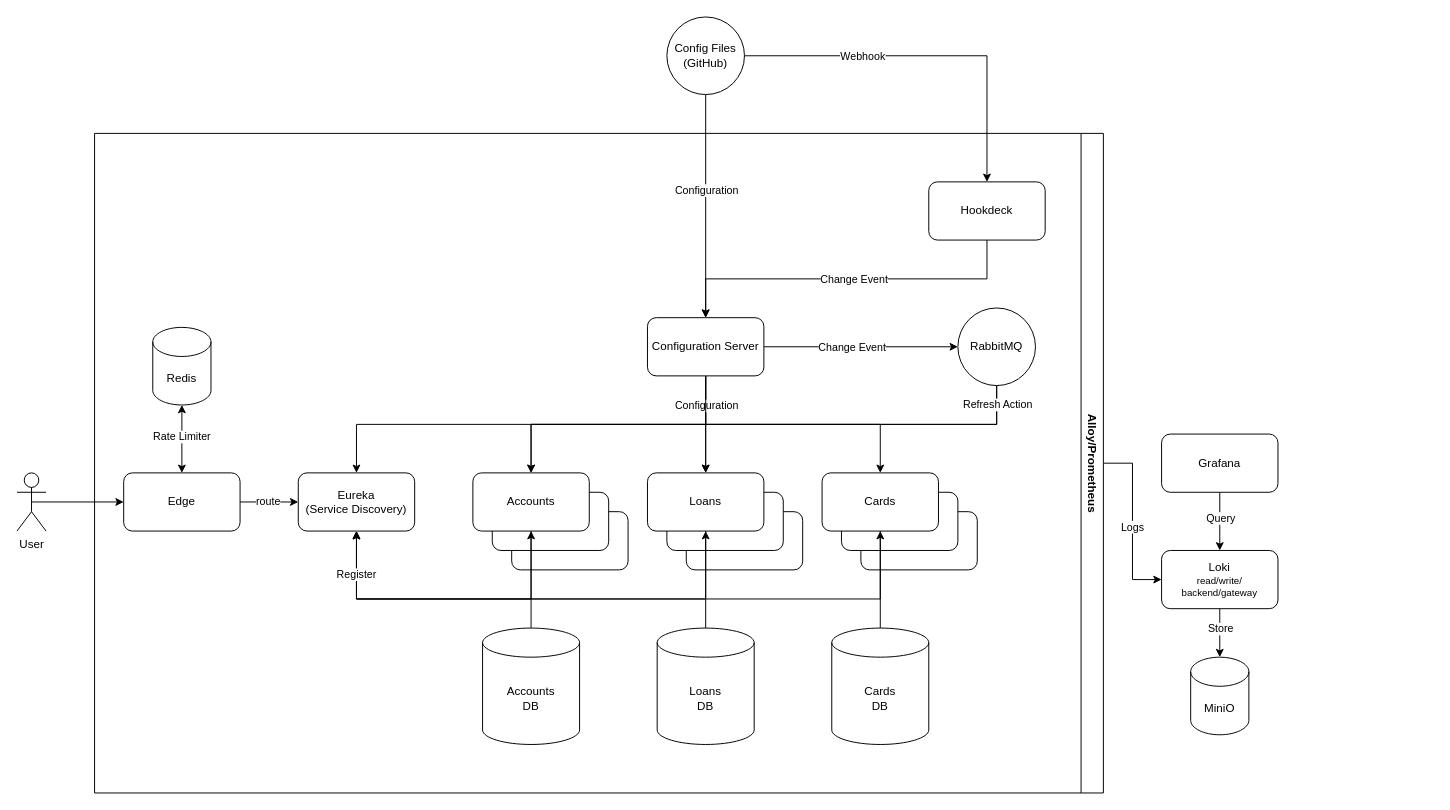
Earlier version of the draw.io diagram spring-microservices/architecture.drawio (vkondrav/spring-boot). Source tidied: cells renumbered, new cells numbered last; positions are measured from the earlier drawing's top-left corner, leaving out a move shared by most shapes. Both pictures are drawn from the tidied source at 97%, with x=0, y=0 at pixel (16, 16).
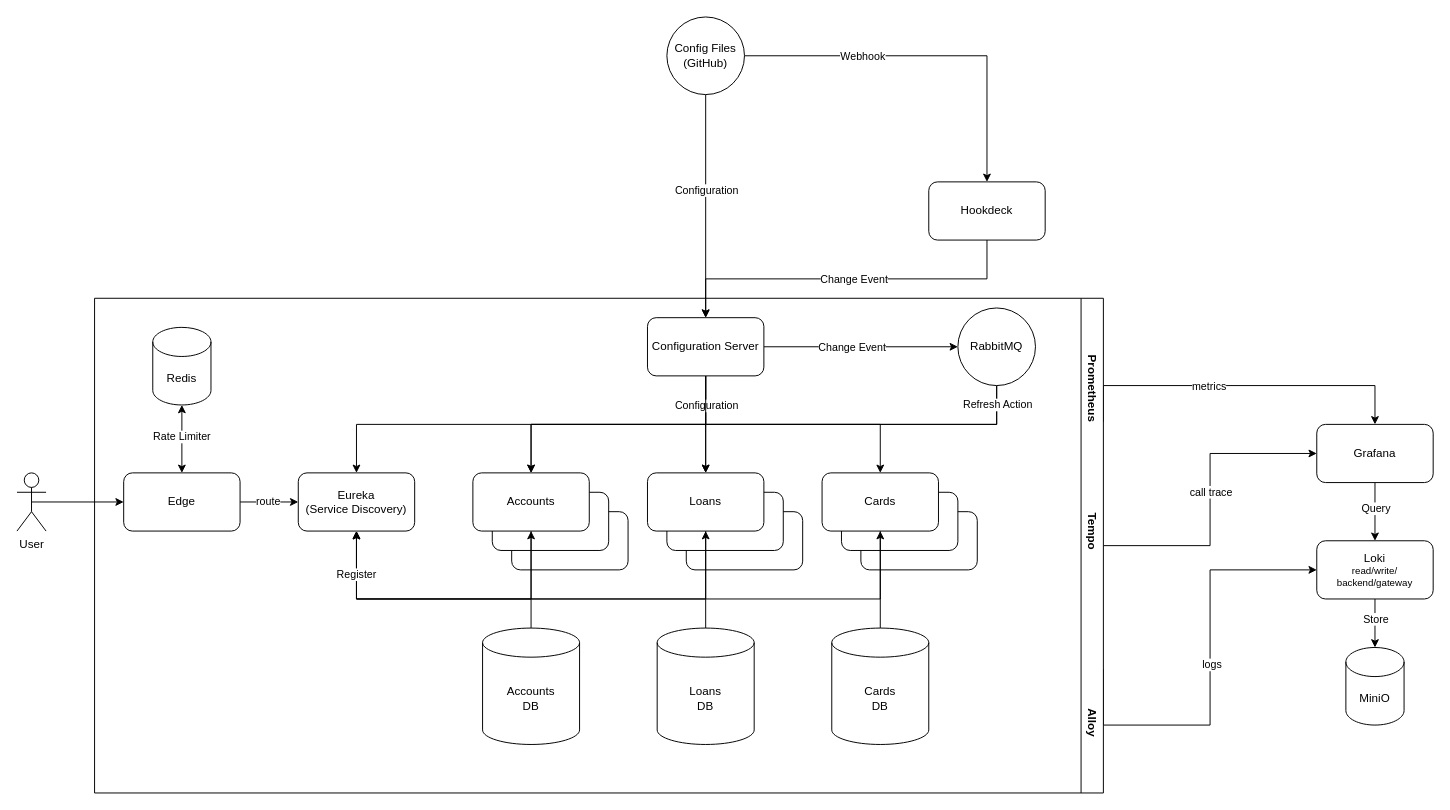
The same diagram, later.

Change to the diagram source:
```diff
@@
     <mxCell id="49" value="Loki&lt;div style=&quot;font-size: 10px;&quot;&gt;&lt;font style=&quot;font-size: 10px;&quot;&gt;read/write/&lt;/font&gt;&lt;/div&gt;&lt;div style=&quot;font-size: 10px;&quot;&gt;&lt;font style=&quot;font-size: 10px;&quot;&gt;backend/gateway&lt;/font&gt;&lt;/div&gt;" style="rounded=1;whiteSpace=wrap;html=1;" parent="1" vertex="1">
-      <mxGeometry x="1180" y="550" width="120" height="60" as="geometry" />
+      <mxGeometry x="1340" y="540" width="120" height="60" as="geometry" />
     </mxCell>
@@
     <mxCell id="52" value="Grafana" style="rounded=1;whiteSpace=wrap;html=1;" parent="1" vertex="1">
-      <mxGeometry x="1180" y="430" width="120" height="60" as="geometry" />
+      <mxGeometry x="1340" y="420" width="120" height="60" as="geometry" />
     </mxCell>
@@
     <mxCell id="56" value="MiniO" style="shape=cylinder3;whiteSpace=wrap;html=1;boundedLbl=1;backgroundOutline=1;size=15;" parent="1" vertex="1">
-      <mxGeometry x="1210" y="660" width="60" height="80" as="geometry" />
+      <mxGeometry x="1370" y="650" width="60" height="80" as="geometry" />
     </mxCell>
-    <mxCell id="57" style="edgeStyle=orthogonalEdgeStyle;rounded=0;jettySize=auto;html=1;exitX=0;exitY=0.5;exitDx=0;exitDy=0;entryX=0;entryY=0.5;entryDx=0;entryDy=0;" parent="1" edge="1" source="59" target="49">
-      <mxGeometry relative="1" as="geometry" />
+    <mxCell id="57" style="edgeStyle=orthogonalEdgeStyle;rounded=0;jettySize=auto;html=1;exitX=0;exitY=0.25;exitDx=0;exitDy=0;entryX=0;entryY=0.5;entryDx=0;entryDy=0;" parent="1" edge="1" source="59" target="49">
+      <mxGeometry relative="1" as="geometry">
+        <Array as="points">
+          <mxPoint x="1120" y="730" />
+          <mxPoint x="1230" y="730" />
+          <mxPoint x="1230" y="570" />
+        </Array>
+      </mxGeometry>
     </mxCell>
-    <mxCell id="58" value="Logs" style="edgeLabel;html=1;align=center;verticalAlign=middle;" parent="57" vertex="1">
+    <mxCell id="58" value="logs" style="edgeLabel;html=1;align=center;verticalAlign=middle;" parent="57" vertex="1">
       <mxGeometry x="0.05" y="-1" relative="1" as="geometry" />
     </mxCell>
+    <mxCell id="60" style="edgeStyle=orthogonalEdgeStyle;rounded=0;jettySize=auto;html=1;exitX=0;exitY=0.75;exitDx=0;exitDy=0;entryX=0.5;entryY=0;entryDx=0;entryDy=0;" parent="1" edge="1" source="59" target="52">
+      <mxGeometry relative="1" as="geometry">
+        <Array as="points">
+          <mxPoint x="1120" y="380" />
+          <mxPoint x="1400" y="380" />
+        </Array>
+      </mxGeometry>
+    </mxCell>
+    <mxCell id="61" value="metrics" style="edgeLabel;html=1;align=center;verticalAlign=middle;" parent="60" vertex="1">
+      <mxGeometry x="-0.41" relative="1" as="geometry">
+        <mxPoint x="41" as="offset" />
+      </mxGeometry>
+    </mxCell>
+    <mxCell id="62" style="edgeStyle=orthogonalEdgeStyle;rounded=0;jettySize=auto;html=1;exitX=0;exitY=0.5;exitDx=0;exitDy=0;entryX=0;entryY=0.5;entryDx=0;entryDy=0;" parent="1" edge="1" source="59" target="52">
+      <mxGeometry relative="1" as="geometry" />
+    </mxCell>
+    <mxCell id="63" value="call trace" style="edgeLabel;html=1;align=center;verticalAlign=middle;" parent="62" vertex="1">
+      <mxGeometry x="0.11" relative="1" as="geometry">
+        <mxPoint y="9" as="offset" />
+      </mxGeometry>
+    </mxCell>
-    <mxCell id="59" value="Alloy/Prometheus" style="swimlane;horizontal=0;whiteSpace=wrap;html=1;rotation=-180;" parent="1" vertex="1">
-      <mxGeometry x="80" y="120" width="1040" height="680" as="geometry" />
+    <mxCell id="59" value="Prometheus&amp;nbsp; &amp;nbsp; &amp;nbsp; &amp;nbsp; &amp;nbsp; &amp;nbsp; &amp;nbsp; &amp;nbsp; &amp;nbsp; &amp;nbsp; &amp;nbsp; &amp;nbsp; &amp;nbsp; &amp;nbsp; Tempo&amp;nbsp; &amp;nbsp; &amp;nbsp; &amp;nbsp; &amp;nbsp; &amp;nbsp; &amp;nbsp; &amp;nbsp; &amp;nbsp; &amp;nbsp; &amp;nbsp; &amp;nbsp; &amp;nbsp; &amp;nbsp; &amp;nbsp; &amp;nbsp; &amp;nbsp; &amp;nbsp; &amp;nbsp; &amp;nbsp; &amp;nbsp; &amp;nbsp; &amp;nbsp; &amp;nbsp; &amp;nbsp;Alloy" style="swimlane;horizontal=0;whiteSpace=wrap;html=1;rotation=-180;" parent="1" vertex="1">
+      <mxGeometry x="80" y="290" width="1040" height="510" as="geometry" />
     </mxCell>
```
